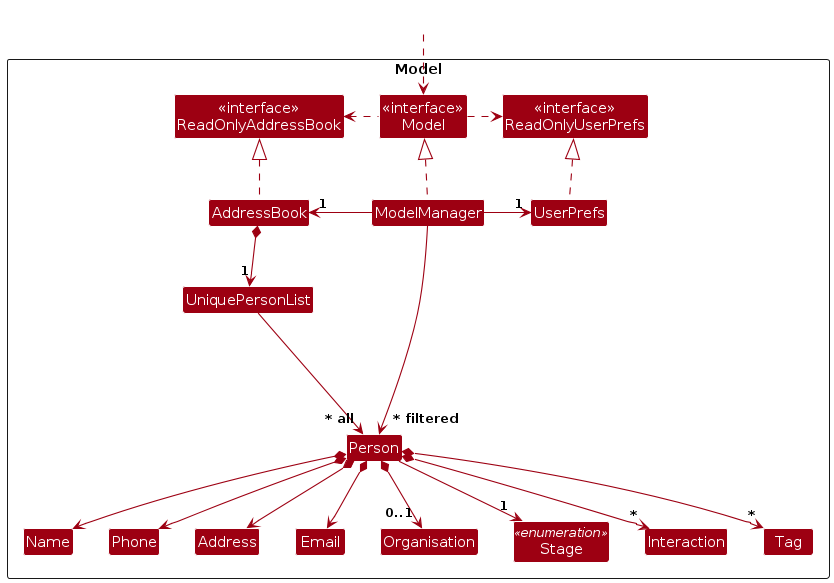
Above: diagrams/ModelClassDiagram.png in AY2627S1-CS2103T-T14-2/tp (PlantUML), before the change. Its source is kept beside it as diagrams/ModelClassDiagram.puml.
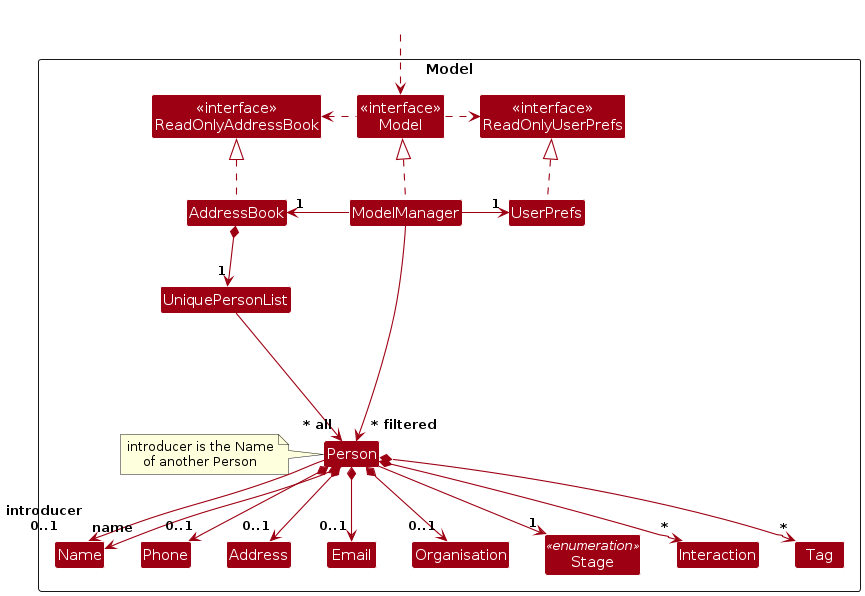
The same file after the commit.

The edit, as a diff of the source:
```diff
@@ -24,6 +24,7 @@
 Class Tag
 
 Class I #FFFFFF
+note "introducer is the Name\nof another Person" as IntroducerNote
 }
 
 Class HiddenOutside #FFFFFF
@@ -40,11 +41,13 @@
 
 AddressBook *--> "1" UniquePersonList
 UniquePersonList --> "~* all" Person
-Person *--> Name
-Person *--> Phone
-Person *--> Email
-Person *--> Address
+Person --> "introducer\n0..1" Name
+Person *--> "name" Name
+Person *--> "0..1" Phone
+Person *--> "0..1" Email
+Person *--> "0..1" Address
 Person *--> "0..1" Organisation
+IntroducerNote .right. Person
 Person --> "1" Stage
 Person *--> "*" Interaction
 Person *--> "*" Tag
```
